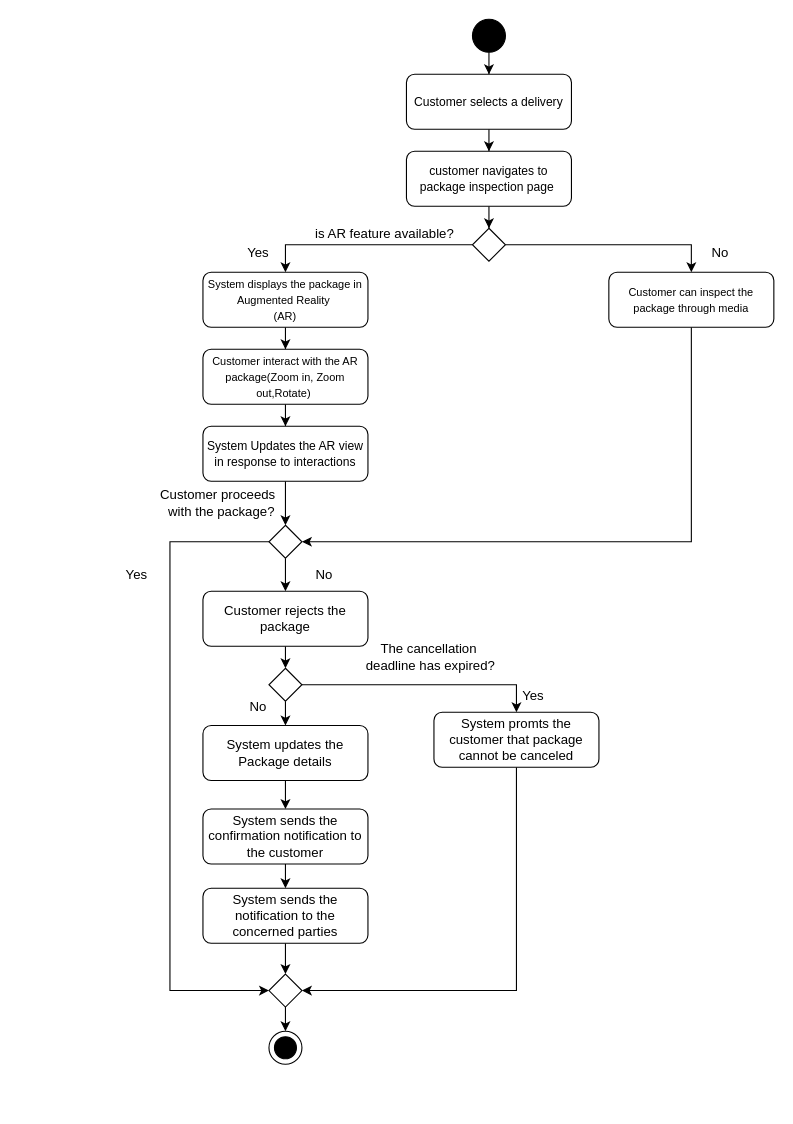
This is page "Page-3" (3 of 27) of Activity Diagram UC-1.drawio from IamSaqibJaved/Diagrams, a draw.io file, before an edit. Source tidied: cells renumbered, new cells numbered last; positions are measured from the earlier drawing's top-left corner, leaving out a move shared by most shapes. Both pictures are drawn from the tidied source at 110%, with x=0, y=0 at pixel (103, 19).
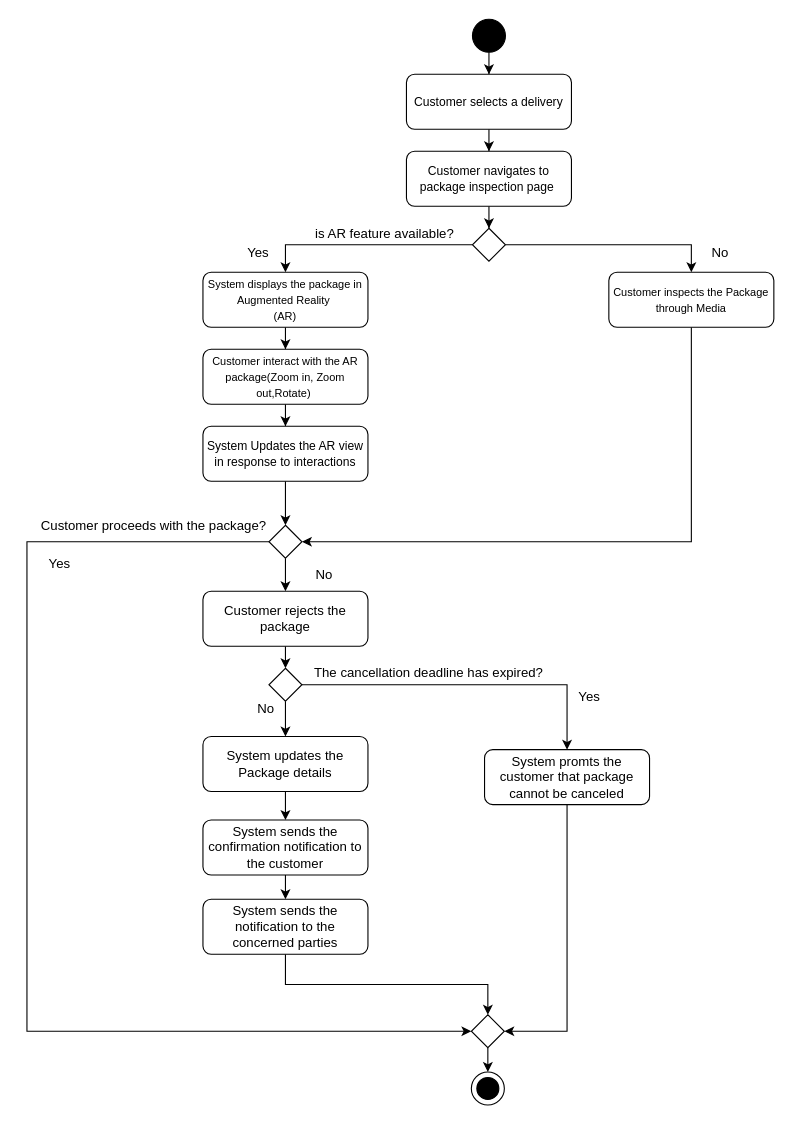
The same diagram, later.

The change refers to these unchanged cells:
```xml
<mxCell id="20" style="rhombus;whiteSpace=wrap;html=1;" parent="1" vertex="1">
  <mxGeometry x="150" y="460" width="30" height="30" as="geometry" />
</mxCell>
```

What changed in the source:
```diff
@@
-    <mxCell id="7" value="&lt;font style=&quot;font-size: 11px;&quot;&gt;customer navigates to package inspection page&amp;nbsp;&lt;/font&gt;" style="rounded=1;whiteSpace=wrap;html=1;" parent="1" vertex="1">
+    <mxCell id="7" value="&lt;font style=&quot;font-size: 11px;&quot;&gt;Customer navigates to package inspection page&amp;nbsp;&lt;/font&gt;" style="rounded=1;whiteSpace=wrap;html=1;" parent="1" vertex="1">
       <mxGeometry x="275" y="120" width="150" height="50" as="geometry" />
     </mxCell>
@@
     <mxCell id="19" style="edgeStyle=orthogonalEdgeStyle;rounded=0;jettySize=auto;html=1;entryX=0;entryY=0.5;entryDx=0;entryDy=0;" parent="1" edge="1" source="20" target="34">
       <mxGeometry relative="1" as="geometry">
         <Array as="points">
-          <mxPoint x="60" y="475" />
-          <mxPoint x="60" y="883" />
+          <mxPoint x="-70" y="475" />
+          <mxPoint x="-70" y="920" />
         </Array>
       </mxGeometry>
     </mxCell>
@@
     <mxCell id="24" value="System updates the Package details" style="rounded=1;whiteSpace=wrap;html=1;" parent="1" vertex="1">
-      <mxGeometry x="90" y="642" width="150" height="50" as="geometry" />
+      <mxGeometry x="90" y="652" width="150" height="50" as="geometry" />
     </mxCell>
@@
     <mxCell id="26" value="System sends the confirmation notification to the customer" style="rounded=1;whiteSpace=wrap;html=1;" parent="1" vertex="1">
-      <mxGeometry x="90" y="718" width="150" height="50" as="geometry" />
+      <mxGeometry x="90" y="728" width="150" height="50" as="geometry" />
     </mxCell>
@@
-    <mxCell id="30" value="The cancellation&lt;div&gt;&amp;nbsp;deadline has expired?&lt;/div&gt;" style="text;html=1;align=center;verticalAlign=middle;strokeColor=none;fillColor=none;" parent="1" vertex="1">
-      <mxGeometry x="225" y="560" width="140" height="40" as="geometry" />
+    <mxCell id="30" value="The cancellation&amp;nbsp;&lt;span style=&quot;background-color: initial;&quot;&gt;deadline&amp;nbsp;&lt;/span&gt;&lt;span style=&quot;background-color: initial;&quot;&gt;has expired?&lt;/span&gt;" style="text;html=1;align=center;verticalAlign=middle;strokeColor=none;fillColor=none;" parent="1" vertex="1">
+      <mxGeometry x="180" y="579" width="230" height="30" as="geometry" />
     </mxCell>
     <mxCell id="31" style="edgeStyle=orthogonalEdgeStyle;rounded=0;jettySize=auto;html=1;entryX=1;entryY=0.5;entryDx=0;entryDy=0;" parent="1" edge="1" source="32" target="34">
       <mxGeometry relative="1" as="geometry">
         <Array as="points">
-          <mxPoint x="375" y="883" />
+          <mxPoint x="421" y="920" />
         </Array>
       </mxGeometry>
     </mxCell>
     <mxCell id="32" value="System promts the customer that package cannot be canceled" style="rounded=1;whiteSpace=wrap;html=1;" parent="1" vertex="1">
-      <mxGeometry x="300" y="630" width="150" height="50" as="geometry" />
+      <mxGeometry x="346" y="664" width="150" height="50" as="geometry" />
     </mxCell>
@@
     <mxCell id="34" style="rhombus;whiteSpace=wrap;html=1;" parent="1" vertex="1">
-      <mxGeometry x="150" y="868" width="30" height="30" as="geometry" />
+      <mxGeometry x="334" y="905" width="30" height="30" as="geometry" />
     </mxCell>
@@
-    <mxCell id="36" value="&lt;span style=&quot;font-size: 10px;&quot;&gt;Customer can inspect the package through media&lt;/span&gt;" style="rounded=1;whiteSpace=wrap;html=1;align=center;" parent="1" vertex="1">
+    <mxCell id="36" value="&lt;span style=&quot;font-size: 10px;&quot;&gt;Customer inspects the Package through Media&lt;/span&gt;" style="rounded=1;whiteSpace=wrap;html=1;align=center;" parent="1" vertex="1">
       <mxGeometry x="459" y="230" width="150" height="50" as="geometry" />
     </mxCell>
-    <mxCell id="37" value="Customer proceeds&amp;nbsp;&lt;br&gt;&amp;nbsp;with the package?" style="text;html=1;align=center;verticalAlign=middle;strokeColor=none;fillColor=none;" parent="1" vertex="1">
-      <mxGeometry x="40" y="420" width="130" height="40" as="geometry" />
+    <mxCell id="37" value="Customer proceeds&amp;nbsp;with the package?" style="text;html=1;align=center;verticalAlign=middle;strokeColor=none;fillColor=none;" parent="1" vertex="1">
+      <mxGeometry x="-70" y="446" width="230" height="30" as="geometry" />
     </mxCell>
     <mxCell id="38" value="Yes" style="text;html=1;align=center;verticalAlign=middle;whiteSpace=wrap;rounded=0;" parent="1" vertex="1">
-      <mxGeometry y="490" width="60" height="30" as="geometry" />
+      <mxGeometry x="-70" y="480" width="60" height="30" as="geometry" />
     </mxCell>
@@
     <mxCell id="40" style="ellipse;whiteSpace=wrap;html=1;" parent="1" vertex="1">
-      <mxGeometry x="150" y="920" width="30" height="30" as="geometry" />
+      <mxGeometry x="334" y="957" width="30" height="30" as="geometry" />
     </mxCell>
     <mxCell id="41" style="ellipse;whiteSpace=wrap;html=1;fillColor=#000000;" parent="1" vertex="1">
-      <mxGeometry x="155" y="925" width="20" height="20" as="geometry" />
+      <mxGeometry x="339" y="962" width="20" height="20" as="geometry" />
     </mxCell>
     <mxCell id="42" value="No" style="text;html=1;align=center;verticalAlign=middle;strokeColor=none;fillColor=none;" parent="1" vertex="1">
-      <mxGeometry x="120" y="610" width="40" height="30" as="geometry" />
+      <mxGeometry x="127" y="612" width="40" height="30" as="geometry" />
     </mxCell>
     <mxCell id="43" value="Yes" style="text;html=1;align=center;verticalAlign=middle;strokeColor=none;fillColor=none;" parent="1" vertex="1">
-      <mxGeometry x="370" y="600" width="40" height="30" as="geometry" />
+      <mxGeometry x="421" y="601" width="40" height="30" as="geometry" />
     </mxCell>
@@
-    <mxCell id="46" style="edgeStyle=orthogonalEdgeStyle;rounded=0;jettySize=auto;html=1;entryX=0.5;entryY=0;entryDx=0;entryDy=0;" parent="1" edge="1" source="47" target="34">
+    <mxCell id="46" style="edgeStyle=orthogonalEdgeStyle;rounded=0;jettySize=auto;html=1;exitX=0.5;exitY=1;exitDx=0;exitDy=0;entryX=0.5;entryY=0;entryDx=0;entryDy=0;" parent="1" edge="1" source="47" target="34">
       <mxGeometry relative="1" as="geometry" />
     </mxCell>
     <mxCell id="47" value="System sends the notification to the concerned parties" style="rounded=1;whiteSpace=wrap;html=1;" parent="1" vertex="1">
-      <mxGeometry x="90" y="790" width="150" height="50" as="geometry" />
+      <mxGeometry x="90" y="800" width="150" height="50" as="geometry" />
     </mxCell>
```
